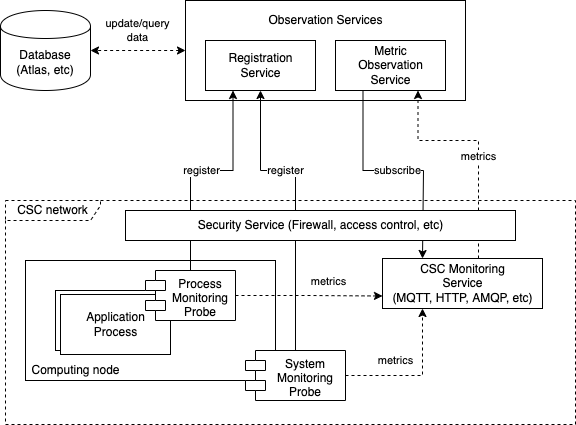
rdsea/odop keeps this draw.io diagram as img/monitoring.png. Above is the earlier version. Source tidied: cells renumbered, new cells last; positions are measured from the earlier drawing's top-left corner, leaving out a move shared by most shapes. Its diagram source:
```xml
<mxGraphModel>
  <root>
    <mxCell id="0" />
    <mxCell id="1" parent="0" />
    <mxCell id="2" value="CSC network" style="shape=umlFrame;whiteSpace=wrap;html=1;width=95;height=20;dashed=1;" parent="1" vertex="1">
      <mxGeometry x="5" y="200" width="570" height="224" as="geometry" />
    </mxCell>
    <mxCell id="3" style="rounded=0;whiteSpace=wrap;html=1;" parent="1" vertex="1">
      <mxGeometry x="25" y="260" width="250" height="120" as="geometry" />
    </mxCell>
    <mxCell id="4" value="System&#10;Monitoring&#10;Probe" style="shape=module;align=left;spacingLeft=20;align=center;verticalAlign=top;" parent="1" vertex="1">
      <mxGeometry x="245" y="350" width="100" height="50" as="geometry" />
    </mxCell>
    <mxCell id="5" value="update/query&lt;br&gt;data" style="edgeStyle=orthogonalEdgeStyle;rounded=0;jettySize=auto;html=1;exitX=0;exitY=0.5;exitDx=0;exitDy=0;entryX=1;entryY=0.5;entryDx=0;entryDy=0;dashed=1;startArrow=classic;startFill=1;" parent="1" edge="1" source="6" target="22">
      <mxGeometry y="-20" relative="1" as="geometry" />
    </mxCell>
    <mxCell id="6" style="rounded=0;whiteSpace=wrap;html=1;" parent="1" vertex="1">
      <mxGeometry x="185" width="280" height="100" as="geometry" />
    </mxCell>
    <mxCell id="7" value="&lt;span&gt;Observation Services&lt;/span&gt;" style="text;html=1;align=center;verticalAlign=middle;strokeColor=none;fillColor=none;" parent="1" vertex="1">
      <mxGeometry x="260" y="10" width="130" height="20" as="geometry" />
    </mxCell>
    <mxCell id="8" value="&lt;span&gt;Computing node&lt;/span&gt;" style="text;html=1;align=center;verticalAlign=middle;strokeColor=none;fillColor=none;" parent="1" vertex="1">
      <mxGeometry x="25" y="360" width="100" height="20" as="geometry" />
    </mxCell>
    <mxCell id="9" value="Application&lt;br&gt;Process" style="html=1;" parent="1" vertex="1">
      <mxGeometry x="55" y="290" width="110" height="60" as="geometry" />
    </mxCell>
    <mxCell id="10" value="Application&lt;br&gt;Process" style="html=1;" parent="1" vertex="1">
      <mxGeometry x="60" y="294" width="110" height="60" as="geometry" />
    </mxCell>
    <mxCell id="11" value="register" style="edgeStyle=orthogonalEdgeStyle;rounded=0;jettySize=auto;html=1;exitX=0.5;exitY=0;exitDx=0;exitDy=0;entryX=0.25;entryY=1;entryDx=0;entryDy=0;" parent="1" edge="1" source="13" target="14">
      <mxGeometry relative="1" as="geometry">
        <Array as="points">
          <mxPoint x="190" y="170" />
          <mxPoint x="233" y="170" />
        </Array>
      </mxGeometry>
    </mxCell>
    <mxCell id="12" value="metrics" style="edgeStyle=orthogonalEdgeStyle;rounded=0;jettySize=auto;html=1;exitX=1;exitY=0.5;exitDx=0;exitDy=0;dashed=1;entryX=0;entryY=0.75;entryDx=0;entryDy=0;" parent="1" edge="1" source="13" target="20">
      <mxGeometry x="0.25" y="16" relative="1" as="geometry">
        <mxPoint x="1" y="1" as="offset" />
      </mxGeometry>
    </mxCell>
    <mxCell id="13" value="Process&#10;Monitoring&#10;Probe" style="shape=module;align=left;spacingLeft=20;align=center;verticalAlign=top;" parent="1" vertex="1">
      <mxGeometry x="145" y="270" width="90" height="50" as="geometry" />
    </mxCell>
    <mxCell id="14" value="Registration&lt;br&gt;Service" style="html=1;" parent="1" vertex="1">
      <mxGeometry x="205" y="40" width="110" height="50" as="geometry" />
    </mxCell>
    <mxCell id="15" value="register" style="edgeStyle=orthogonalEdgeStyle;rounded=0;jettySize=auto;html=1;exitX=0.5;exitY=0;exitDx=0;exitDy=0;entryX=0.5;entryY=1;entryDx=0;entryDy=0;" parent="1" edge="1" source="4" target="14">
      <mxGeometry x="0.29" relative="1" as="geometry">
        <Array as="points">
          <mxPoint x="295" y="170" />
          <mxPoint x="260" y="170" />
        </Array>
      </mxGeometry>
    </mxCell>
    <mxCell id="16" value="subscribe" style="edgeStyle=orthogonalEdgeStyle;rounded=0;jettySize=auto;html=1;exitX=0.25;exitY=1;exitDx=0;exitDy=0;entryX=0.25;entryY=0;entryDx=0;entryDy=0;" parent="1" edge="1" source="17" target="20">
      <mxGeometry relative="1" as="geometry">
        <Array as="points">
          <mxPoint x="363" y="170" />
          <mxPoint x="423" y="170" />
        </Array>
      </mxGeometry>
    </mxCell>
    <mxCell id="17" value="Metric&lt;br&gt;Observation&lt;br&gt;Service" style="html=1;" parent="1" vertex="1">
      <mxGeometry x="335" y="40" width="110" height="50" as="geometry" />
    </mxCell>
    <mxCell id="18" value="metrics" style="edgeStyle=orthogonalEdgeStyle;rounded=0;jettySize=auto;html=1;exitX=1;exitY=0.5;exitDx=0;exitDy=0;entryX=0.25;entryY=1;entryDx=0;entryDy=0;dashed=1;" parent="1" edge="1" source="4" target="20">
      <mxGeometry x="-0.31" y="15" relative="1" as="geometry" />
    </mxCell>
    <mxCell id="19" value="metrics" style="edgeStyle=orthogonalEdgeStyle;rounded=0;jettySize=auto;html=1;exitX=0.75;exitY=0;exitDx=0;exitDy=0;entryX=0.75;entryY=1;entryDx=0;entryDy=0;dashed=1;" parent="1" edge="1" source="20" target="17">
      <mxGeometry relative="1" as="geometry">
        <Array as="points">
          <mxPoint x="478" y="140" />
          <mxPoint x="418" y="140" />
        </Array>
      </mxGeometry>
    </mxCell>
    <mxCell id="20" value="CSC Monitoring&lt;br&gt;Service&lt;br&gt;(MQTT, HTTP, AMQP, etc)" style="html=1;" parent="1" vertex="1">
      <mxGeometry x="382" y="258" width="160" height="50" as="geometry" />
    </mxCell>
    <mxCell id="21" value="Security Service (Firewall, access control, etc)" style="html=1;" parent="1" vertex="1">
      <mxGeometry x="125" y="210" width="390" height="30" as="geometry" />
    </mxCell>
    <mxCell id="22" value="Database (Atlas, etc)" style="shape=cylinder;whiteSpace=wrap;html=1;boundedLbl=1;backgroundOutline=1;" parent="1" vertex="1">
      <mxGeometry y="10" width="90" height="80" as="geometry" />
    </mxCell>
  </root>
</mxGraphModel>
```
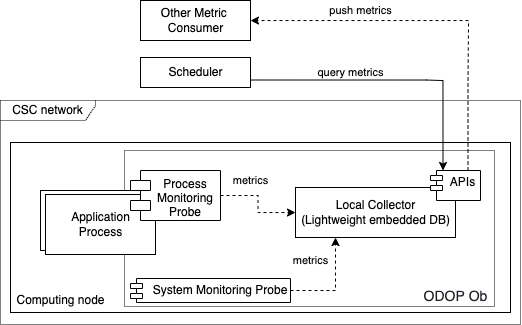
The same diagram one commit later.

Commit message:
update monitoring flow

What changed in the source:
```diff
@@ -2,26 +2,26 @@
   <root>
     <mxCell id="0" />
     <mxCell id="1" parent="0" />
-    <mxCell id="2" value="CSC network" style="shape=umlFrame;whiteSpace=wrap;html=1;width=95;height=20;dashed=1;" parent="1" vertex="1">
-      <mxGeometry x="5" y="200" width="570" height="224" as="geometry" />
+    <mxCell id="2" value="CSC network" style="shape=umlFrame;whiteSpace=wrap;html=1;width=95;height=20;dashed=1;dashPattern=1 1;" parent="1" vertex="1">
+      <mxGeometry x="15" y="200" width="520" height="224" as="geometry" />
     </mxCell>
     <mxCell id="3" style="rounded=0;whiteSpace=wrap;html=1;" parent="1" vertex="1">
-      <mxGeometry x="25" y="260" width="250" height="120" as="geometry" />
+      <mxGeometry x="25" y="242" width="500" height="170" as="geometry" />
     </mxCell>
+    <mxCell id="18" value="metrics" style="edgeStyle=orthogonalEdgeStyle;rounded=0;jettySize=auto;html=1;exitX=1;exitY=0.5;exitDx=0;exitDy=0;entryX=0.25;entryY=1;entryDx=0;entryDy=0;dashed=1;" parent="1" edge="1" source="4" target="20">
+      <mxGeometry x="0.53" y="25" relative="1" as="geometry" />
+    </mxCell>
-    <mxCell id="4" value="System&#10;Monitoring&#10;Probe" style="shape=module;align=left;spacingLeft=20;align=center;verticalAlign=top;" parent="1" vertex="1">
-      <mxGeometry x="245" y="350" width="100" height="50" as="geometry" />
+    <mxCell id="4" value="System Monitoring Probe" style="shape=module;align=left;spacingLeft=20;align=center;verticalAlign=top;jettyWidth=12;jettyHeight=5;spacing=0;" parent="1" vertex="1">
+      <mxGeometry x="145" y="378" width="160" height="24" as="geometry" />
     </mxCell>
-    <mxCell id="5" value="update/query&lt;br&gt;data" style="edgeStyle=orthogonalEdgeStyle;rounded=0;jettySize=auto;html=1;exitX=0;exitY=0.5;exitDx=0;exitDy=0;entryX=1;entryY=0.5;entryDx=0;entryDy=0;dashed=1;startArrow=classic;startFill=1;" parent="1" edge="1" source="6" target="22">
-      <mxGeometry y="-20" relative="1" as="geometry" />
-    </mxCell>
-    <mxCell id="6" style="rounded=0;whiteSpace=wrap;html=1;" parent="1" vertex="1">
-      <mxGeometry x="185" width="280" height="100" as="geometry" />
+    <mxCell id="6" style="rounded=0;whiteSpace=wrap;html=1;dashed=1;dashPattern=1 1;fillColor=none;" parent="1" vertex="1">
+      <mxGeometry x="139" y="250" width="370" height="156" as="geometry" />
     </mxCell>
-    <mxCell id="7" value="&lt;span&gt;Observation Services&lt;/span&gt;" style="text;html=1;align=center;verticalAlign=middle;strokeColor=none;fillColor=none;" parent="1" vertex="1">
-      <mxGeometry x="260" y="10" width="130" height="20" as="geometry" />
+    <mxCell id="7" value="&lt;span style=&quot;color: rgb(31 , 35 , 40) ; font-family: , &amp;#34;system-ui&amp;#34; , &amp;#34;segoe ui&amp;#34; , &amp;#34;noto sans&amp;#34; , &amp;#34;helvetica&amp;#34; , &amp;#34;arial&amp;#34; , sans-serif , &amp;#34;apple color emoji&amp;#34; , &amp;#34;segoe ui emoji&amp;#34; ; font-size: 14px ; text-align: left ; background-color: rgb(255 , 255 , 255)&quot;&gt;ODOP Ob&lt;/span&gt;" style="text;html=1;align=center;verticalAlign=middle;strokeColor=none;fillColor=none;" parent="1" vertex="1">
+      <mxGeometry x="430" y="386" width="80" height="20" as="geometry" />
     </mxCell>
     <mxCell id="8" value="&lt;span&gt;Computing node&lt;/span&gt;" style="text;html=1;align=center;verticalAlign=middle;strokeColor=none;fillColor=none;" parent="1" vertex="1">
-      <mxGeometry x="25" y="360" width="100" height="20" as="geometry" />
+      <mxGeometry x="25" y="390" width="100" height="20" as="geometry" />
     </mxCell>
     <mxCell id="9" value="Application&lt;br&gt;Process" style="html=1;" parent="1" vertex="1">
       <mxGeometry x="55" y="290" width="110" height="60" as="geometry" />
@@ -29,63 +29,39 @@
     <mxCell id="10" value="Application&lt;br&gt;Process" style="html=1;" parent="1" vertex="1">
       <mxGeometry x="60" y="294" width="110" height="60" as="geometry" />
     </mxCell>
-    <mxCell id="11" value="register" style="edgeStyle=orthogonalEdgeStyle;rounded=0;jettySize=auto;html=1;exitX=0.5;exitY=0;exitDx=0;exitDy=0;entryX=0.25;entryY=1;entryDx=0;entryDy=0;" parent="1" edge="1" source="13" target="14">
-      <mxGeometry relative="1" as="geometry">
-        <Array as="points">
-          <mxPoint x="190" y="170" />
-          <mxPoint x="233" y="170" />
-        </Array>
-      </mxGeometry>
-    </mxCell>
-    <mxCell id="12" value="metrics" style="edgeStyle=orthogonalEdgeStyle;rounded=0;jettySize=auto;html=1;exitX=1;exitY=0.5;exitDx=0;exitDy=0;dashed=1;entryX=0;entryY=0.75;entryDx=0;entryDy=0;" parent="1" edge="1" source="13" target="20">
-      <mxGeometry x="0.25" y="16" relative="1" as="geometry">
-        <mxPoint x="1" y="1" as="offset" />
-      </mxGeometry>
+    <mxCell id="12" value="metrics" style="edgeStyle=orthogonalEdgeStyle;rounded=0;jettySize=auto;html=1;exitX=1;exitY=0.5;exitDx=0;exitDy=0;dashed=1;" parent="1" edge="1" source="13" target="20">
+      <mxGeometry x="-0.35" y="15" relative="1" as="geometry" />
     </mxCell>
     <mxCell id="13" value="Process&#10;Monitoring&#10;Probe" style="shape=module;align=left;spacingLeft=20;align=center;verticalAlign=top;" parent="1" vertex="1">
       <mxGeometry x="145" y="270" width="90" height="50" as="geometry" />
     </mxCell>
-    <mxCell id="14" value="Registration&lt;br&gt;Service" style="html=1;" parent="1" vertex="1">
-      <mxGeometry x="205" y="40" width="110" height="50" as="geometry" />
-    </mxCell>
-    <mxCell id="15" value="register" style="edgeStyle=orthogonalEdgeStyle;rounded=0;jettySize=auto;html=1;exitX=0.5;exitY=0;exitDx=0;exitDy=0;entryX=0.5;entryY=1;entryDx=0;entryDy=0;" parent="1" edge="1" source="4" target="14">
-      <mxGeometry x="0.29" relative="1" as="geometry">
-        <Array as="points">
-          <mxPoint x="295" y="170" />
-          <mxPoint x="260" y="170" />
-        </Array>
-      </mxGeometry>
-    </mxCell>
-    <mxCell id="16" value="subscribe" style="edgeStyle=orthogonalEdgeStyle;rounded=0;jettySize=auto;html=1;exitX=0.25;exitY=1;exitDx=0;exitDy=0;entryX=0.25;entryY=0;entryDx=0;entryDy=0;" parent="1" edge="1" source="17" target="20">
-      <mxGeometry relative="1" as="geometry">
-        <Array as="points">
-          <mxPoint x="363" y="170" />
-          <mxPoint x="423" y="170" />
-        </Array>
-      </mxGeometry>
-    </mxCell>
+    <mxCell id="23" value="query metrics" style="edgeStyle=orthogonalEdgeStyle;rounded=0;jettySize=auto;html=1;exitX=1;exitY=0.75;exitDx=0;exitDy=0;entryX=0.25;entryY=0;entryDx=0;entryDy=0;" parent="1" edge="1" source="17" target="25">
+      <mxGeometry x="-0.29" y="8" relative="1" as="geometry">
+        <Array as="points">
+          <mxPoint x="441" y="180" />
+          <mxPoint x="457" y="180" />
+        </Array>
+      </mxGeometry>
+    </mxCell>
-    <mxCell id="17" value="Metric&lt;br&gt;Observation&lt;br&gt;Service" style="html=1;" parent="1" vertex="1">
-      <mxGeometry x="335" y="40" width="110" height="50" as="geometry" />
+    <mxCell id="17" value="Scheduler" style="html=1;" parent="1" vertex="1">
+      <mxGeometry x="155" y="157" width="110" height="30" as="geometry" />
     </mxCell>
-    <mxCell id="18" value="metrics" style="edgeStyle=orthogonalEdgeStyle;rounded=0;jettySize=auto;html=1;exitX=1;exitY=0.5;exitDx=0;exitDy=0;entryX=0.25;entryY=1;entryDx=0;entryDy=0;dashed=1;" parent="1" edge="1" source="4" target="20">
-      <mxGeometry x="-0.31" y="15" relative="1" as="geometry" />
-    </mxCell>
-    <mxCell id="19" value="metrics" style="edgeStyle=orthogonalEdgeStyle;rounded=0;jettySize=auto;html=1;exitX=0.75;exitY=0;exitDx=0;exitDy=0;entryX=0.75;entryY=1;entryDx=0;entryDy=0;dashed=1;" parent="1" edge="1" source="20" target="17">
-      <mxGeometry relative="1" as="geometry">
-        <Array as="points">
-          <mxPoint x="478" y="140" />
-          <mxPoint x="418" y="140" />
-        </Array>
-      </mxGeometry>
-    </mxCell>
-    <mxCell id="20" value="CSC Monitoring&lt;br&gt;Service&lt;br&gt;(MQTT, HTTP, AMQP, etc)" style="html=1;" parent="1" vertex="1">
-      <mxGeometry x="382" y="258" width="160" height="50" as="geometry" />
+    <mxCell id="20" value="Local Collector&lt;br&gt;(Lightweight embedded DB)" style="html=1;" parent="1" vertex="1">
+      <mxGeometry x="310" y="287" width="160" height="50" as="geometry" />
     </mxCell>
-    <mxCell id="21" value="Security Service (Firewall, access control, etc)" style="html=1;" parent="1" vertex="1">
-      <mxGeometry x="125" y="210" width="390" height="30" as="geometry" />
-    </mxCell>
-    <mxCell id="22" value="Database (Atlas, etc)" style="shape=cylinder;whiteSpace=wrap;html=1;boundedLbl=1;backgroundOutline=1;" parent="1" vertex="1">
-      <mxGeometry y="10" width="90" height="80" as="geometry" />
-    </mxCell>
+    <mxCell id="24" value="push metrics" style="edgeStyle=orthogonalEdgeStyle;rounded=0;jettySize=auto;html=1;exitX=0.75;exitY=0;exitDx=0;exitDy=0;dashed=1;" parent="1" edge="1" source="25" target="26">
+      <mxGeometry x="0.4" y="-10" relative="1" as="geometry">
+        <Array as="points">
+          <mxPoint x="483" y="180" />
+          <mxPoint x="483" y="120" />
+        </Array>
+      </mxGeometry>
+    </mxCell>
+    <mxCell id="25" value="APIs" style="shape=module;align=left;spacingLeft=15;align=center;verticalAlign=top;jettyWidth=12;jettyHeight=5;spacing=0;" parent="1" vertex="1">
+      <mxGeometry x="445" y="270" width="50" height="30" as="geometry" />
+    </mxCell>
+    <mxCell id="26" value="Other Metric &lt;br&gt;Consumer" style="html=1;" parent="1" vertex="1">
+      <mxGeometry x="155" y="100" width="110" height="40" as="geometry" />
+    </mxCell>
   </root>
 </mxGraphModel>
```
